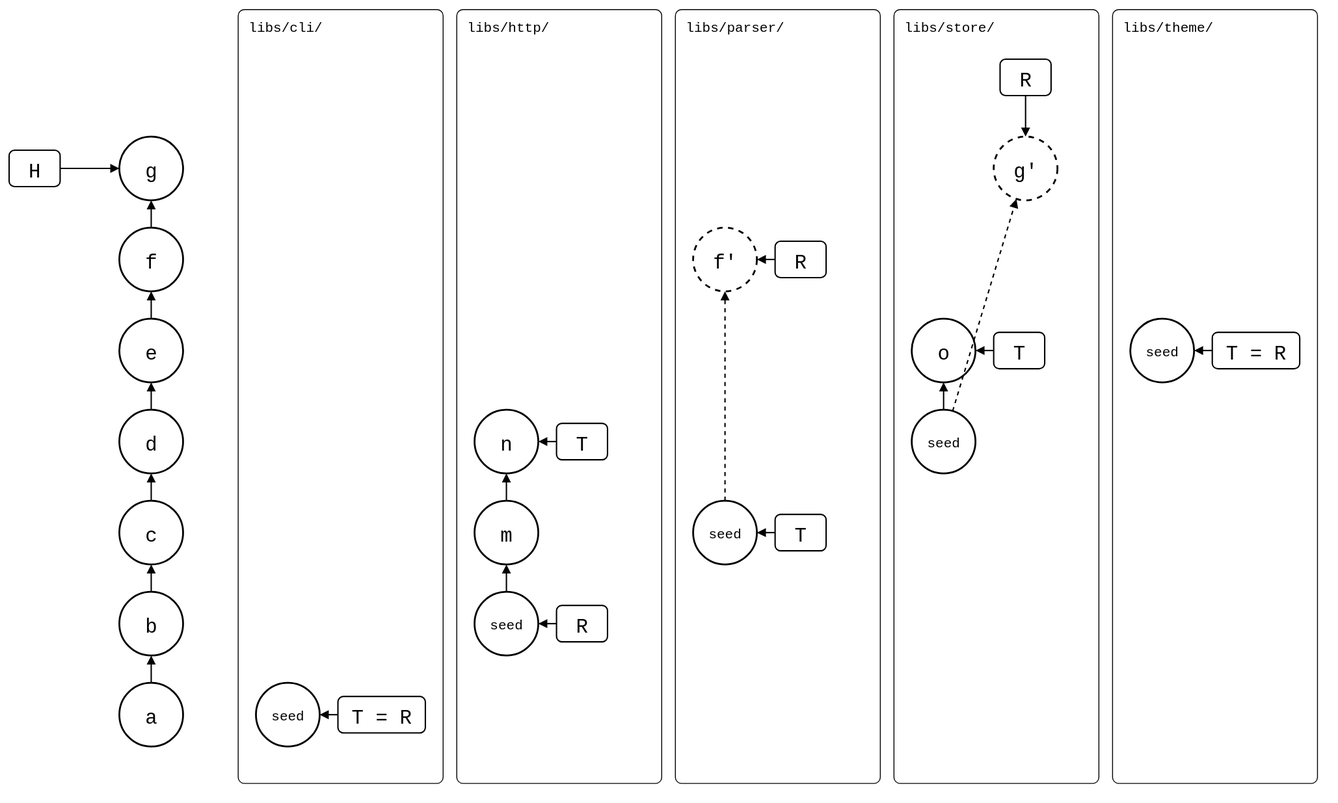
Before: git-splice/test/scenarios/01-everyday-sync/03-many-splices/many-splices.drawio.svg, a diagram exported from draw.io (roschaefer/episodes). Source tidied: cells renumbered, new cells last; positions are measured from the earlier drawing's top-left corner, leaving out a move shared by most shapes. Source of this version:
```xml
<mxGraphModel background="#ffffff">
  <root>
    <mxCell id="0" />
    <mxCell id="1" parent="0" />
    <mxCell id="2" value="libs/cli/" style="rounded=1;arcSize=3;fillColor=none;strokeWidth=1;fontSize=15;verticalAlign=top;align=left;spacingLeft=10;spacingTop=4;fontFamily=Roboto Mono,monospace;" parent="1" vertex="1">
      <mxGeometry x="251" width="225" height="850" as="geometry" />
    </mxCell>
    <mxCell id="3" value="libs/http/" style="rounded=1;arcSize=3;fillColor=none;strokeWidth=1;fontSize=15;verticalAlign=top;align=left;spacingLeft=10;spacingTop=4;fontFamily=Roboto Mono,monospace;" parent="1" vertex="1">
      <mxGeometry x="491" width="225" height="850" as="geometry" />
    </mxCell>
    <mxCell id="4" value="libs/parser/" style="rounded=1;arcSize=3;fillColor=none;strokeWidth=1;fontSize=15;verticalAlign=top;align=left;spacingLeft=10;spacingTop=4;fontFamily=Roboto Mono,monospace;" parent="1" vertex="1">
      <mxGeometry x="731" width="225" height="850" as="geometry" />
    </mxCell>
    <mxCell id="5" value="libs/store/" style="rounded=1;arcSize=3;fillColor=none;strokeWidth=1;fontSize=15;verticalAlign=top;align=left;spacingLeft=10;spacingTop=4;fontFamily=Roboto Mono,monospace;" parent="1" vertex="1">
      <mxGeometry x="971" width="225" height="850" as="geometry" />
    </mxCell>
    <mxCell id="6" value="libs/theme/" style="rounded=1;arcSize=3;fillColor=none;strokeWidth=1;fontSize=15;verticalAlign=top;align=left;spacingLeft=10;spacingTop=4;fontFamily=Roboto Mono,monospace;" parent="1" vertex="1">
      <mxGeometry x="1211" width="225" height="850" as="geometry" />
    </mxCell>
    <mxCell id="7" value="a" style="ellipse;strokeWidth=2;fontSize=22;fontFamily=Roboto Mono,monospace;" parent="1" vertex="1">
      <mxGeometry x="121" y="740" width="70" height="70" as="geometry" />
    </mxCell>
    <mxCell id="8" value="b" style="ellipse;strokeWidth=2;fontSize=22;fontFamily=Roboto Mono,monospace;" parent="1" vertex="1">
      <mxGeometry x="121" y="640" width="70" height="70" as="geometry" />
    </mxCell>
    <mxCell id="9" value="c" style="ellipse;strokeWidth=2;fontSize=22;fontFamily=Roboto Mono,monospace;" parent="1" vertex="1">
      <mxGeometry x="121" y="540" width="70" height="70" as="geometry" />
    </mxCell>
    <mxCell id="10" value="d" style="ellipse;strokeWidth=2;fontSize=22;fontFamily=Roboto Mono,monospace;" parent="1" vertex="1">
      <mxGeometry x="121" y="440" width="70" height="70" as="geometry" />
    </mxCell>
    <mxCell id="11" value="e" style="ellipse;strokeWidth=2;fontSize=22;fontFamily=Roboto Mono,monospace;" parent="1" vertex="1">
      <mxGeometry x="121" y="340" width="70" height="70" as="geometry" />
    </mxCell>
    <mxCell id="12" value="f" style="ellipse;strokeWidth=2;fontSize=22;fontFamily=Roboto Mono,monospace;" parent="1" vertex="1">
      <mxGeometry x="121" y="240" width="70" height="70" as="geometry" />
    </mxCell>
    <mxCell id="13" value="g" style="ellipse;strokeWidth=2;fontSize=22;fontFamily=Roboto Mono,monospace;" parent="1" vertex="1">
      <mxGeometry x="121" y="140" width="70" height="70" as="geometry" />
    </mxCell>
    <mxCell id="14" value="H" style="rounded=1;strokeWidth=1.5;fontSize=22;fontFamily=Roboto Mono,monospace;" parent="1" vertex="1">
      <mxGeometry y="155" width="56" height="40" as="geometry" />
    </mxCell>
    <mxCell id="15" value="seed" style="ellipse;strokeWidth=2;fontSize=15;fontFamily=Roboto Mono,monospace;" parent="1" vertex="1">
      <mxGeometry x="271" y="740" width="70" height="70" as="geometry" />
    </mxCell>
    <mxCell id="16" value="T = R" style="rounded=1;strokeWidth=1.5;fontSize=22;fontFamily=Roboto Mono,monospace;" parent="1" vertex="1">
      <mxGeometry x="361" y="755" width="96" height="40" as="geometry" />
    </mxCell>
    <mxCell id="17" value="seed" style="ellipse;strokeWidth=2;fontSize=15;fontFamily=Roboto Mono,monospace;" parent="1" vertex="1">
      <mxGeometry x="511" y="640" width="70" height="70" as="geometry" />
    </mxCell>
    <mxCell id="18" value="m" style="ellipse;strokeWidth=2;fontSize=22;fontFamily=Roboto Mono,monospace;" parent="1" vertex="1">
      <mxGeometry x="511" y="540" width="70" height="70" as="geometry" />
    </mxCell>
    <mxCell id="19" value="n" style="ellipse;strokeWidth=2;fontSize=22;fontFamily=Roboto Mono,monospace;" parent="1" vertex="1">
      <mxGeometry x="511" y="440" width="70" height="70" as="geometry" />
    </mxCell>
    <mxCell id="20" value="R" style="rounded=1;strokeWidth=1.5;fontSize=22;fontFamily=Roboto Mono,monospace;" parent="1" vertex="1">
      <mxGeometry x="601" y="655" width="56" height="40" as="geometry" />
    </mxCell>
    <mxCell id="21" value="T" style="rounded=1;strokeWidth=1.5;fontSize=22;fontFamily=Roboto Mono,monospace;" parent="1" vertex="1">
      <mxGeometry x="601" y="455" width="56" height="40" as="geometry" />
    </mxCell>
    <mxCell id="22" value="seed" style="ellipse;strokeWidth=2;fontSize=15;fontFamily=Roboto Mono,monospace;" parent="1" vertex="1">
      <mxGeometry x="751" y="540" width="70" height="70" as="geometry" />
    </mxCell>
    <mxCell id="23" value="f'" style="ellipse;strokeWidth=2;fontSize=22;fontFamily=Roboto Mono,monospace;dashed=1;" parent="1" vertex="1">
      <mxGeometry x="751" y="240" width="70" height="70" as="geometry" />
    </mxCell>
    <mxCell id="24" value="T" style="rounded=1;strokeWidth=1.5;fontSize=22;fontFamily=Roboto Mono,monospace;" parent="1" vertex="1">
      <mxGeometry x="841" y="555" width="56" height="40" as="geometry" />
    </mxCell>
    <mxCell id="25" value="R" style="rounded=1;strokeWidth=1.5;fontSize=22;fontFamily=Roboto Mono,monospace;" parent="1" vertex="1">
      <mxGeometry x="841" y="255" width="56" height="40" as="geometry" />
    </mxCell>
    <mxCell id="26" value="seed" style="ellipse;strokeWidth=2;fontSize=15;fontFamily=Roboto Mono,monospace;" parent="1" vertex="1">
      <mxGeometry x="991" y="440" width="70" height="70" as="geometry" />
    </mxCell>
    <mxCell id="27" value="o" style="ellipse;strokeWidth=2;fontSize=22;fontFamily=Roboto Mono,monospace;" parent="1" vertex="1">
      <mxGeometry x="991" y="340" width="70" height="70" as="geometry" />
    </mxCell>
    <mxCell id="28" value="g'" style="ellipse;strokeWidth=2;fontSize=22;fontFamily=Roboto Mono,monospace;dashed=1;" parent="1" vertex="1">
      <mxGeometry x="1081" y="140" width="70" height="70" as="geometry" />
    </mxCell>
    <mxCell id="29" value="T" style="rounded=1;strokeWidth=1.5;fontSize=22;fontFamily=Roboto Mono,monospace;" parent="1" vertex="1">
      <mxGeometry x="1081" y="355" width="56" height="40" as="geometry" />
    </mxCell>
    <mxCell id="30" value="R" style="rounded=1;strokeWidth=1.5;fontSize=22;fontFamily=Roboto Mono,monospace;" parent="1" vertex="1">
      <mxGeometry x="1088" y="55" width="56" height="40" as="geometry" />
    </mxCell>
    <mxCell id="31" value="seed" style="ellipse;strokeWidth=2;fontSize=15;fontFamily=Roboto Mono,monospace;" parent="1" vertex="1">
      <mxGeometry x="1231" y="340" width="70" height="70" as="geometry" />
    </mxCell>
    <mxCell id="32" value="T = R" style="rounded=1;strokeWidth=1.5;fontSize=22;fontFamily=Roboto Mono,monospace;" parent="1" vertex="1">
      <mxGeometry x="1321" y="355" width="96" height="40" as="geometry" />
    </mxCell>
    <mxCell id="33" style="endArrow=block;endFill=1;html=1;strokeWidth=1.5;rounded=0;" parent="1" edge="1" source="7" target="8">
      <mxGeometry relative="1" as="geometry" />
    </mxCell>
    <mxCell id="34" style="endArrow=block;endFill=1;html=1;strokeWidth=1.5;rounded=0;" parent="1" edge="1" source="8" target="9">
      <mxGeometry relative="1" as="geometry" />
    </mxCell>
    <mxCell id="35" style="endArrow=block;endFill=1;html=1;strokeWidth=1.5;rounded=0;" parent="1" edge="1" source="9" target="10">
      <mxGeometry relative="1" as="geometry" />
    </mxCell>
    <mxCell id="36" style="endArrow=block;endFill=1;html=1;strokeWidth=1.5;rounded=0;" parent="1" edge="1" source="10" target="11">
      <mxGeometry relative="1" as="geometry" />
    </mxCell>
    <mxCell id="37" style="endArrow=block;endFill=1;html=1;strokeWidth=1.5;rounded=0;" parent="1" edge="1" source="11" target="12">
      <mxGeometry relative="1" as="geometry" />
    </mxCell>
    <mxCell id="38" style="endArrow=block;endFill=1;html=1;strokeWidth=1.5;rounded=0;" parent="1" edge="1" source="12" target="13">
      <mxGeometry relative="1" as="geometry" />
    </mxCell>
    <mxCell id="39" style="endArrow=block;endFill=1;html=1;strokeWidth=1.5;rounded=0;" parent="1" edge="1" source="14" target="13">
      <mxGeometry relative="1" as="geometry" />
    </mxCell>
    <mxCell id="40" style="endArrow=block;endFill=1;html=1;strokeWidth=1.5;rounded=0;" parent="1" edge="1" source="16" target="15">
      <mxGeometry relative="1" as="geometry" />
    </mxCell>
    <mxCell id="41" style="endArrow=block;endFill=1;html=1;strokeWidth=1.5;rounded=0;" parent="1" edge="1" source="17" target="18">
      <mxGeometry relative="1" as="geometry" />
    </mxCell>
    <mxCell id="42" style="endArrow=block;endFill=1;html=1;strokeWidth=1.5;rounded=0;" parent="1" edge="1" source="18" target="19">
      <mxGeometry relative="1" as="geometry" />
    </mxCell>
    <mxCell id="43" style="endArrow=block;endFill=1;html=1;strokeWidth=1.5;rounded=0;" parent="1" edge="1" source="20" target="17">
      <mxGeometry relative="1" as="geometry" />
    </mxCell>
    <mxCell id="44" style="endArrow=block;endFill=1;html=1;strokeWidth=1.5;rounded=0;" parent="1" edge="1" source="21" target="19">
      <mxGeometry relative="1" as="geometry" />
    </mxCell>
    <mxCell id="45" style="endArrow=block;endFill=1;html=1;strokeWidth=1.5;rounded=0;dashed=1;" parent="1" edge="1" source="22" target="23">
      <mxGeometry relative="1" as="geometry" />
    </mxCell>
    <mxCell id="46" style="endArrow=block;endFill=1;html=1;strokeWidth=1.5;rounded=0;" parent="1" edge="1" source="24" target="22">
      <mxGeometry relative="1" as="geometry" />
    </mxCell>
    <mxCell id="47" style="endArrow=block;endFill=1;html=1;strokeWidth=1.5;rounded=0;" parent="1" edge="1" source="25" target="23">
      <mxGeometry relative="1" as="geometry" />
    </mxCell>
    <mxCell id="48" style="endArrow=block;endFill=1;html=1;strokeWidth=1.5;rounded=0;" parent="1" edge="1" source="26" target="27">
      <mxGeometry relative="1" as="geometry" />
    </mxCell>
    <mxCell id="49" style="endArrow=block;endFill=1;html=1;strokeWidth=1.5;rounded=0;dashed=1;" parent="1" edge="1" source="26" target="28">
      <mxGeometry relative="1" as="geometry" />
    </mxCell>
    <mxCell id="50" style="endArrow=block;endFill=1;html=1;strokeWidth=1.5;rounded=0;" parent="1" edge="1" source="29" target="27">
      <mxGeometry relative="1" as="geometry" />
    </mxCell>
    <mxCell id="51" style="endArrow=block;endFill=1;html=1;strokeWidth=1.5;rounded=0;" parent="1" edge="1" source="30" target="28">
      <mxGeometry relative="1" as="geometry" />
    </mxCell>
    <mxCell id="52" style="endArrow=block;endFill=1;html=1;strokeWidth=1.5;rounded=0;" parent="1" edge="1" source="32" target="31">
      <mxGeometry relative="1" as="geometry" />
    </mxCell>
  </root>
</mxGraphModel>
```
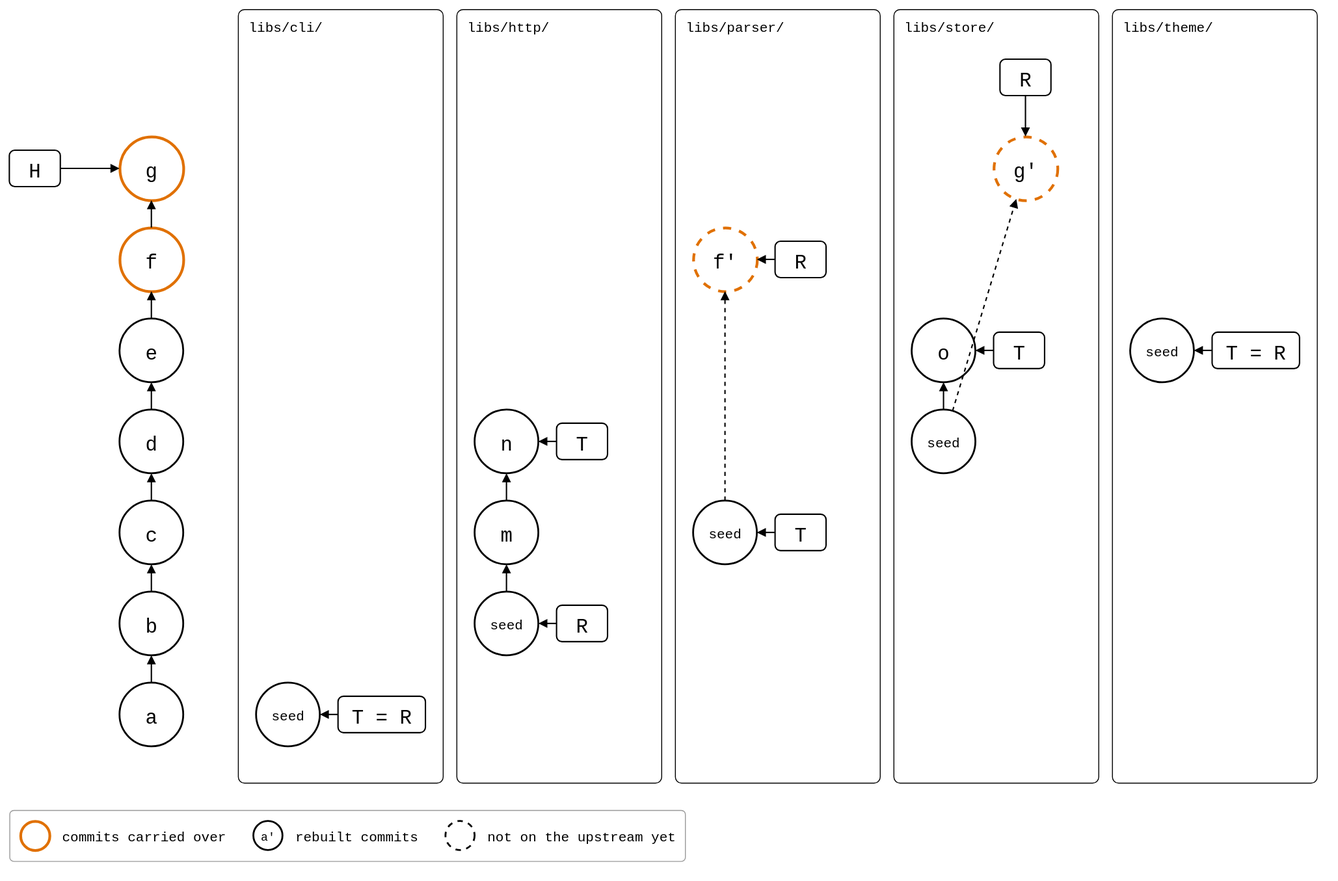
Above is the later version.

What changed in the source:
```diff
@@ -20,22 +20,22 @@
     <mxCell id="7" value="a" style="ellipse;strokeWidth=2;fontSize=22;fontFamily=Roboto Mono,monospace;" parent="1" vertex="1">
       <mxGeometry x="121" y="740" width="70" height="70" as="geometry" />
     </mxCell>
-    <mxCell id="8" value="b" style="ellipse;strokeWidth=2;fontSize=22;fontFamily=Roboto Mono,monospace;" parent="1" vertex="1">
+    <mxCell id="8" value="b" style="ellipse;fontSize=22;fontFamily=Roboto Mono,monospace;strokeWidth=2;" parent="1" vertex="1">
       <mxGeometry x="121" y="640" width="70" height="70" as="geometry" />
     </mxCell>
-    <mxCell id="9" value="c" style="ellipse;strokeWidth=2;fontSize=22;fontFamily=Roboto Mono,monospace;" parent="1" vertex="1">
+    <mxCell id="9" value="c" style="ellipse;fontSize=22;fontFamily=Roboto Mono,monospace;strokeWidth=2;" parent="1" vertex="1">
       <mxGeometry x="121" y="540" width="70" height="70" as="geometry" />
     </mxCell>
-    <mxCell id="10" value="d" style="ellipse;strokeWidth=2;fontSize=22;fontFamily=Roboto Mono,monospace;" parent="1" vertex="1">
+    <mxCell id="10" value="d" style="ellipse;fontSize=22;fontFamily=Roboto Mono,monospace;strokeWidth=2;" parent="1" vertex="1">
       <mxGeometry x="121" y="440" width="70" height="70" as="geometry" />
     </mxCell>
-    <mxCell id="11" value="e" style="ellipse;strokeWidth=2;fontSize=22;fontFamily=Roboto Mono,monospace;" parent="1" vertex="1">
+    <mxCell id="11" value="e" style="ellipse;fontSize=22;fontFamily=Roboto Mono,monospace;strokeWidth=2;" parent="1" vertex="1">
       <mxGeometry x="121" y="340" width="70" height="70" as="geometry" />
     </mxCell>
-    <mxCell id="12" value="f" style="ellipse;strokeWidth=2;fontSize=22;fontFamily=Roboto Mono,monospace;" parent="1" vertex="1">
+    <mxCell id="12" value="f" style="ellipse;fontSize=22;fontFamily=Roboto Mono,monospace;strokeColor=#E07000;strokeWidth=3;" parent="1" vertex="1">
       <mxGeometry x="121" y="240" width="70" height="70" as="geometry" />
     </mxCell>
-    <mxCell id="13" value="g" style="ellipse;strokeWidth=2;fontSize=22;fontFamily=Roboto Mono,monospace;" parent="1" vertex="1">
+    <mxCell id="13" value="g" style="ellipse;fontSize=22;fontFamily=Roboto Mono,monospace;strokeColor=#E07000;strokeWidth=3;" parent="1" vertex="1">
       <mxGeometry x="121" y="140" width="70" height="70" as="geometry" />
     </mxCell>
     <mxCell id="14" value="H" style="rounded=1;strokeWidth=1.5;fontSize=22;fontFamily=Roboto Mono,monospace;" parent="1" vertex="1">
@@ -65,7 +65,7 @@
     <mxCell id="22" value="seed" style="ellipse;strokeWidth=2;fontSize=15;fontFamily=Roboto Mono,monospace;" parent="1" vertex="1">
       <mxGeometry x="751" y="540" width="70" height="70" as="geometry" />
     </mxCell>
-    <mxCell id="23" value="f'" style="ellipse;strokeWidth=2;fontSize=22;fontFamily=Roboto Mono,monospace;dashed=1;" parent="1" vertex="1">
+    <mxCell id="23" value="f'" style="ellipse;fontSize=22;fontFamily=Roboto Mono,monospace;dashed=1;strokeColor=#E07000;strokeWidth=3;" parent="1" vertex="1">
       <mxGeometry x="751" y="240" width="70" height="70" as="geometry" />
     </mxCell>
     <mxCell id="24" value="T" style="rounded=1;strokeWidth=1.5;fontSize=22;fontFamily=Roboto Mono,monospace;" parent="1" vertex="1">
@@ -80,7 +80,7 @@
     <mxCell id="27" value="o" style="ellipse;strokeWidth=2;fontSize=22;fontFamily=Roboto Mono,monospace;" parent="1" vertex="1">
       <mxGeometry x="991" y="340" width="70" height="70" as="geometry" />
     </mxCell>
-    <mxCell id="28" value="g'" style="ellipse;strokeWidth=2;fontSize=22;fontFamily=Roboto Mono,monospace;dashed=1;" parent="1" vertex="1">
+    <mxCell id="28" value="g'" style="ellipse;fontSize=22;fontFamily=Roboto Mono,monospace;dashed=1;strokeColor=#E07000;strokeWidth=3;" parent="1" vertex="1">
       <mxGeometry x="1081" y="140" width="70" height="70" as="geometry" />
     </mxCell>
     <mxCell id="29" value="T" style="rounded=1;strokeWidth=1.5;fontSize=22;fontFamily=Roboto Mono,monospace;" parent="1" vertex="1">
@@ -155,5 +155,26 @@
     <mxCell id="52" style="endArrow=block;endFill=1;html=1;strokeWidth=1.5;rounded=0;" parent="1" edge="1" source="32" target="31">
       <mxGeometry relative="1" as="geometry" />
     </mxCell>
+    <mxCell id="53" style="rounded=1;arcSize=8;fillColor=none;strokeColor=#999999;strokeWidth=1;legend=1;" parent="1" vertex="1">
+      <mxGeometry y="880" width="742" height="56" as="geometry" />
+    </mxCell>
+    <mxCell id="54" style="ellipse;fontSize=13;fontFamily=Roboto Mono,monospace;strokeColor=#E07000;strokeWidth=3;" parent="53" vertex="1">
+      <mxGeometry x="12" y="12" width="32" height="32" as="geometry" />
+    </mxCell>
+    <mxCell id="55" value="commits carried over" style="text;align=left;verticalAlign=middle;fontSize=15;fontFamily=Roboto Mono,monospace;" parent="53" vertex="1">
+      <mxGeometry x="56" y="12" width="180" height="32" as="geometry" />
+    </mxCell>
+    <mxCell id="56" value="a'" style="ellipse;fontSize=13;fontFamily=Roboto Mono,monospace;strokeWidth=2;" parent="53" vertex="1">
+      <mxGeometry x="268" y="12" width="32" height="32" as="geometry" />
+    </mxCell>
+    <mxCell id="57" value="rebuilt commits" style="text;align=left;verticalAlign=middle;fontSize=15;fontFamily=Roboto Mono,monospace;" parent="53" vertex="1">
+      <mxGeometry x="312" y="12" width="135" height="32" as="geometry" />
+    </mxCell>
+    <mxCell id="58" style="ellipse;fontSize=13;fontFamily=Roboto Mono,monospace;strokeWidth=2;dashed=1;" parent="53" vertex="1">
+      <mxGeometry x="479" y="12" width="32" height="32" as="geometry" />
+    </mxCell>
+    <mxCell id="59" value="not on the upstream yet" style="text;align=left;verticalAlign=middle;fontSize=15;fontFamily=Roboto Mono,monospace;" parent="53" vertex="1">
+      <mxGeometry x="523" y="12" width="207" height="32" as="geometry" />
+    </mxCell>
   </root>
 </mxGraphModel>
```
